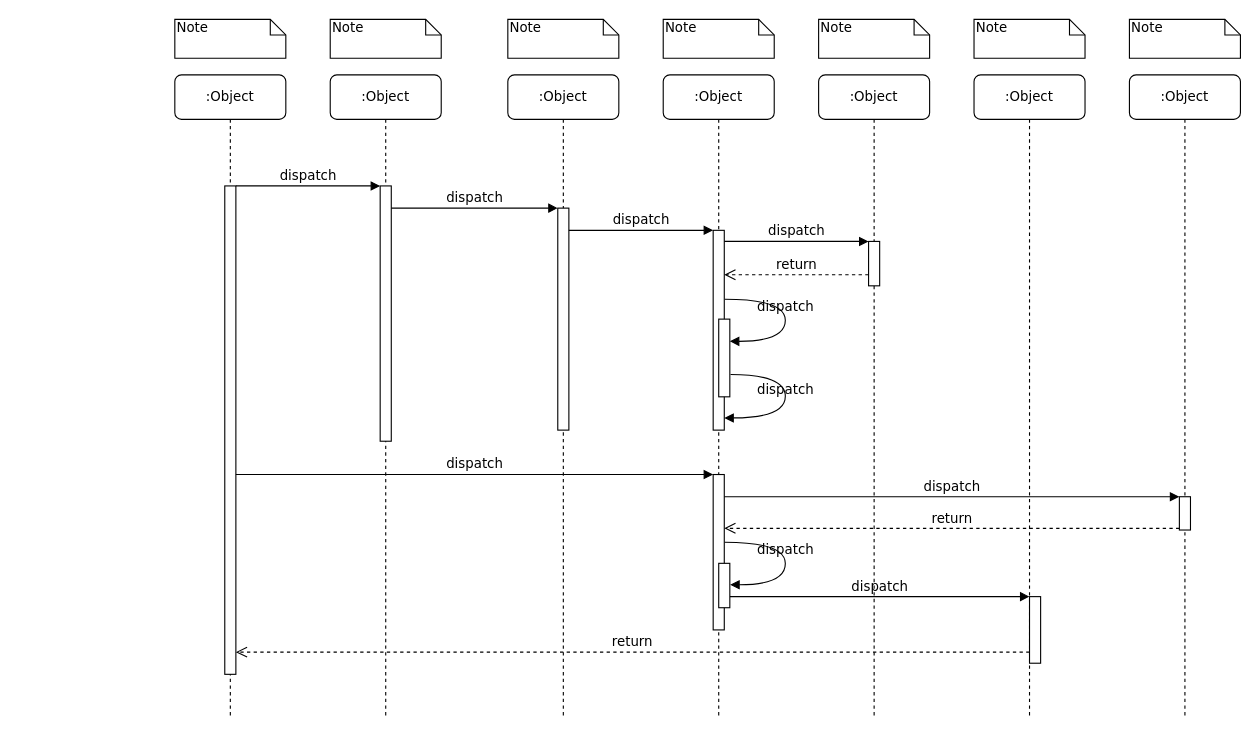
The draw.io diagram 未命名绘图.drawio in wzdong26/assets, before the edit. Source tidied: cells renumbered, new cells numbered last; positions are measured from the earlier drawing's top-left corner, leaving out a move shared by most shapes. Both pictures are drawn from the tidied source at 111%, with x=0, y=0 at pixel (174, 19).
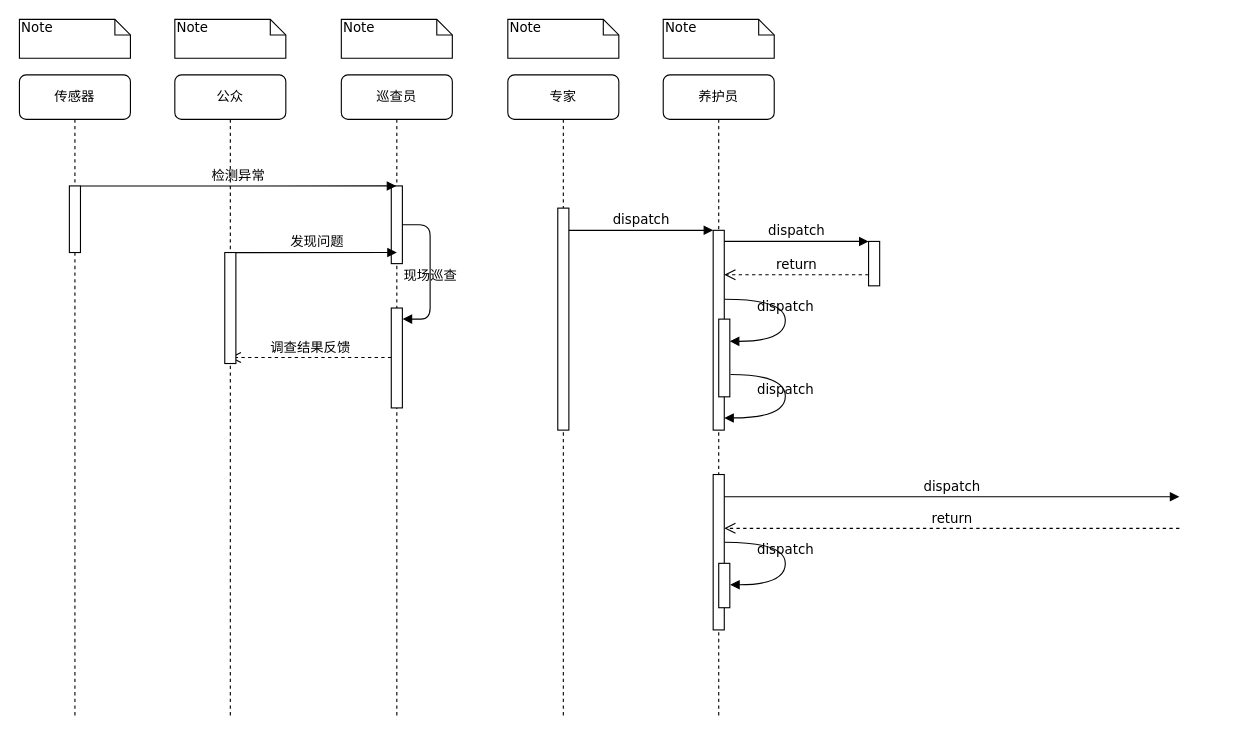
After the change.

Commit message:
古树名木流程图.drawio

The change refers to these unchanged cells:
```xml
<mxCell id="5" style="html=1;points=[];perimeter=orthogonalPerimeter;rounded=0;shadow=0;comic=0;labelBackgroundColor=none;strokeWidth=1;fontFamily=Verdana;fontSize=12;align=center;" parent="4" vertex="1">
  <mxGeometry x="45" y="120" width="10" height="200" as="geometry" />
</mxCell>
<mxCell id="17" style="html=1;points=[];perimeter=orthogonalPerimeter;rounded=0;shadow=0;comic=0;labelBackgroundColor=none;strokeWidth=1;fontFamily=Verdana;fontSize=12;align=center;" parent="1" vertex="1">
  <mxGeometry x="485" y="410" width="10" height="140" as="geometry" />
</mxCell>
<mxCell id="30" style="html=1;points=[];perimeter=orthogonalPerimeter;rounded=0;shadow=0;comic=0;labelBackgroundColor=none;strokeWidth=1;fontFamily=Verdana;fontSize=12;align=center;" parent="1" vertex="1">
  <mxGeometry x="490" y="490" width="10" height="40" as="geometry" />
</mxCell>
```

Change to the diagram source:
```diff
@@
-    <mxCell id="2" value=":Object" style="shape=umlLifeline;perimeter=lifelinePerimeter;whiteSpace=wrap;html=1;outlineConnect=0;rounded=1;shadow=0;comic=0;labelBackgroundColor=none;strokeWidth=1;fontFamily=Verdana;fontSize=12;align=center;" parent="1" vertex="1">
-      <mxGeometry x="140" y="50" width="100" height="580" as="geometry" />
+    <mxCell id="2" value="巡查员" style="shape=umlLifeline;perimeter=lifelinePerimeter;whiteSpace=wrap;html=1;outlineConnect=0;rounded=1;shadow=0;comic=0;labelBackgroundColor=none;strokeWidth=1;fontFamily=Verdana;fontSize=12;align=center;" parent="1" vertex="1">
+      <mxGeometry x="150" y="50" width="100" height="580" as="geometry" />
     </mxCell>
     <mxCell id="3" style="html=1;points=[];perimeter=orthogonalPerimeter;rounded=0;shadow=0;comic=0;labelBackgroundColor=none;strokeWidth=1;fontFamily=Verdana;fontSize=12;align=center;" parent="2" vertex="1">
-      <mxGeometry x="45" y="100" width="10" height="230" as="geometry" />
+      <mxGeometry x="45" y="100" width="10" height="70" as="geometry" />
     </mxCell>
+    <mxCell id="39" value="调查结果反馈" style="html=1;verticalAlign=bottom;endArrow=open;dashed=1;endSize=8;labelBackgroundColor=none;fontFamily=Verdana;fontSize=12;" parent="2" edge="1" target="10">
+      <mxGeometry relative="1" as="geometry">
+        <mxPoint x="45" y="254.6" as="sourcePoint" />
+      </mxGeometry>
+    </mxCell>
+    <mxCell id="40" style="html=1;points=[];perimeter=orthogonalPerimeter;rounded=0;shadow=0;comic=0;labelBackgroundColor=none;strokeWidth=1;fontFamily=Verdana;fontSize=12;align=center;" parent="2" vertex="1">
+      <mxGeometry x="45" y="210" width="10" height="90" as="geometry" />
+    </mxCell>
+    <mxCell id="26" value="现场巡查" style="html=1;verticalAlign=bottom;endArrow=block;labelBackgroundColor=none;fontFamily=Verdana;fontSize=12;edgeStyle=elbowEdgeStyle;elbow=vertical;entryX=1.024;entryY=0.111;entryDx=0;entryDy=0;entryPerimeter=0;" parent="2" edge="1" source="3" target="40">
+      <mxGeometry x="0.19" relative="1" as="geometry">
+        <Array as="points">
+          <mxPoint x="80" y="180" />
+        </Array>
+      </mxGeometry>
+    </mxCell>
-    <mxCell id="4" value=":Object" style="shape=umlLifeline;perimeter=lifelinePerimeter;whiteSpace=wrap;html=1;rounded=1;shadow=0;comic=0;labelBackgroundColor=none;strokeWidth=1;fontFamily=Verdana;fontSize=12;align=center;" parent="1" vertex="1">
+    <mxCell id="4" value="专家" style="shape=umlLifeline;perimeter=lifelinePerimeter;whiteSpace=wrap;html=1;rounded=1;shadow=0;comic=0;labelBackgroundColor=none;strokeWidth=1;fontFamily=Verdana;fontSize=12;align=center;" parent="1" vertex="1">
       <mxGeometry x="300" y="50" width="100" height="580" as="geometry" />
     </mxCell>
@@
-    <mxCell id="6" value=":Object" style="shape=umlLifeline;perimeter=lifelinePerimeter;whiteSpace=wrap;html=1;rounded=1;shadow=0;comic=0;labelBackgroundColor=none;strokeWidth=1;fontFamily=Verdana;fontSize=12;align=center;" parent="1" vertex="1">
+    <mxCell id="6" value="养护员" style="shape=umlLifeline;perimeter=lifelinePerimeter;whiteSpace=wrap;html=1;rounded=1;shadow=0;comic=0;labelBackgroundColor=none;strokeWidth=1;fontFamily=Verdana;fontSize=12;align=center;" parent="1" vertex="1">
       <mxGeometry x="440" y="50" width="100" height="580" as="geometry" />
     </mxCell>
-    <mxCell id="7" value=":Object" style="shape=umlLifeline;perimeter=lifelinePerimeter;whiteSpace=wrap;html=1;rounded=1;shadow=0;comic=0;labelBackgroundColor=none;strokeWidth=1;fontFamily=Verdana;fontSize=12;align=center;" parent="1" vertex="1">
-      <mxGeometry x="580" y="50" width="100" height="580" as="geometry" />
-    </mxCell>
-    <mxCell id="8" value=":Object" style="shape=umlLifeline;perimeter=lifelinePerimeter;whiteSpace=wrap;html=1;rounded=1;shadow=0;comic=0;labelBackgroundColor=none;strokeWidth=1;fontFamily=Verdana;fontSize=12;align=center;" parent="1" vertex="1">
-      <mxGeometry x="720" y="50" width="100" height="580" as="geometry" />
+    <mxCell id="8" value="传感器" style="shape=umlLifeline;perimeter=lifelinePerimeter;whiteSpace=wrap;html=1;rounded=1;shadow=0;comic=0;labelBackgroundColor=none;strokeWidth=1;fontFamily=Verdana;fontSize=12;align=center;" parent="1" vertex="1">
+      <mxGeometry x="-140" y="50" width="100" height="580" as="geometry" />
     </mxCell>
-    <mxCell id="9" value=":Object" style="shape=umlLifeline;perimeter=lifelinePerimeter;whiteSpace=wrap;html=1;rounded=1;shadow=0;comic=0;labelBackgroundColor=none;strokeWidth=1;fontFamily=Verdana;fontSize=12;align=center;" parent="1" vertex="1">
-      <mxGeometry x="860" y="50" width="100" height="580" as="geometry" />
-    </mxCell>
+    <mxCell id="22" style="html=1;points=[];perimeter=orthogonalPerimeter;rounded=0;shadow=0;comic=0;labelBackgroundColor=none;strokeWidth=1;fontFamily=Verdana;fontSize=12;align=center;" parent="8" vertex="1">
+      <mxGeometry x="45" y="100" width="10" height="60" as="geometry" />
+    </mxCell>
+    <mxCell id="41" value="检测异常" style="html=1;verticalAlign=bottom;endArrow=block;labelBackgroundColor=none;fontFamily=Verdana;fontSize=12;edgeStyle=elbowEdgeStyle;elbow=vertical;" parent="8" edge="1" target="2">
+      <mxGeometry relative="1" as="geometry">
+        <mxPoint x="55" y="100.1" as="sourcePoint" />
+        <Array as="points">
+          <mxPoint x="190" y="100" />
+        </Array>
+      </mxGeometry>
+    </mxCell>
-    <mxCell id="10" value=":Object" style="shape=umlLifeline;perimeter=lifelinePerimeter;whiteSpace=wrap;html=1;outlineConnect=0;rounded=1;shadow=0;comic=0;labelBackgroundColor=none;strokeWidth=1;fontFamily=Verdana;fontSize=12;align=center;" parent="1" vertex="1">
+    <mxCell id="10" value="公众" style="shape=umlLifeline;perimeter=lifelinePerimeter;whiteSpace=wrap;html=1;outlineConnect=0;rounded=1;shadow=0;comic=0;labelBackgroundColor=none;strokeWidth=1;fontFamily=Verdana;fontSize=12;align=center;" parent="1" vertex="1">
       <mxGeometry y="50" width="100" height="580" as="geometry" />
     </mxCell>
     <mxCell id="11" style="html=1;points=[];perimeter=orthogonalPerimeter;rounded=0;shadow=0;comic=0;labelBackgroundColor=none;strokeWidth=1;fontFamily=Verdana;fontSize=12;align=center;" parent="10" vertex="1">
-      <mxGeometry x="45" y="100" width="10" height="440" as="geometry" />
+      <mxGeometry x="45" y="160" width="10" height="100" as="geometry" />
     </mxCell>
@@
-    <mxCell id="18" value="dispatch" style="html=1;verticalAlign=bottom;endArrow=block;entryX=0;entryY=0;labelBackgroundColor=none;fontFamily=Verdana;fontSize=12;" parent="1" edge="1" source="11" target="17">
-      <mxGeometry relative="1" as="geometry" />
-    </mxCell>
-    <mxCell id="19" style="html=1;points=[];perimeter=orthogonalPerimeter;rounded=0;shadow=0;comic=0;labelBackgroundColor=none;strokeColor=#000000;strokeWidth=1;fillColor=#FFFFFF;fontFamily=Verdana;fontSize=12;fontColor=#000000;align=center;" parent="1" vertex="1">
-      <mxGeometry x="905" y="430" width="10" height="30" as="geometry" />
-    </mxCell>
-    <mxCell id="20" value="dispatch" style="html=1;verticalAlign=bottom;endArrow=block;entryX=0;entryY=0;labelBackgroundColor=none;fontFamily=Verdana;fontSize=12;" parent="1" edge="1" source="17" target="19">
-      <mxGeometry relative="1" as="geometry" />
+    <mxCell id="20" value="dispatch" style="html=1;verticalAlign=bottom;endArrow=block;entryX=0;entryY=0;labelBackgroundColor=none;fontFamily=Verdana;fontSize=12;" parent="1" edge="1" source="17">
+      <mxGeometry relative="1" as="geometry">
+        <mxPoint x="905" y="430" as="targetPoint" />
+      </mxGeometry>
     </mxCell>
-    <mxCell id="21" value="return" style="html=1;verticalAlign=bottom;endArrow=open;dashed=1;endSize=8;exitX=0;exitY=0.95;labelBackgroundColor=none;fontFamily=Verdana;fontSize=12;" parent="1" edge="1" source="19" target="17">
-      <mxGeometry relative="1" as="geometry" />
+    <mxCell id="21" value="return" style="html=1;verticalAlign=bottom;endArrow=open;dashed=1;endSize=8;exitX=0;exitY=0.95;labelBackgroundColor=none;fontFamily=Verdana;fontSize=12;" parent="1" edge="1" target="17">
+      <mxGeometry relative="1" as="geometry">
+        <mxPoint x="905" y="458.5" as="sourcePoint" />
+      </mxGeometry>
     </mxCell>
-    <mxCell id="22" style="html=1;points=[];perimeter=orthogonalPerimeter;rounded=0;shadow=0;comic=0;labelBackgroundColor=none;strokeWidth=1;fontFamily=Verdana;fontSize=12;align=center;" parent="1" vertex="1">
-      <mxGeometry x="770" y="520" width="10" height="60" as="geometry" />
-    </mxCell>
-    <mxCell id="23" value="dispatch" style="html=1;verticalAlign=bottom;endArrow=block;entryX=0;entryY=0;labelBackgroundColor=none;fontFamily=Verdana;fontSize=12;edgeStyle=elbowEdgeStyle;elbow=vertical;" parent="1" edge="1" source="30" target="22">
-      <mxGeometry relative="1" as="geometry" />
-    </mxCell>
-    <mxCell id="24" value="return" style="html=1;verticalAlign=bottom;endArrow=open;dashed=1;endSize=8;labelBackgroundColor=none;fontFamily=Verdana;fontSize=12;edgeStyle=elbowEdgeStyle;elbow=vertical;" parent="1" edge="1" source="22" target="11">
-      <mxGeometry relative="1" as="geometry">
-        <Array as="points">
-          <mxPoint x="470" y="570" />
-        </Array>
-      </mxGeometry>
-    </mxCell>
-    <mxCell id="25" value="dispatch" style="html=1;verticalAlign=bottom;endArrow=block;entryX=0;entryY=0;labelBackgroundColor=none;fontFamily=Verdana;fontSize=12;edgeStyle=elbowEdgeStyle;elbow=vertical;" parent="1" edge="1" source="11" target="3">
-      <mxGeometry relative="1" as="geometry" />
-    </mxCell>
-    <mxCell id="26" value="dispatch" style="html=1;verticalAlign=bottom;endArrow=block;entryX=0;entryY=0;labelBackgroundColor=none;fontFamily=Verdana;fontSize=12;edgeStyle=elbowEdgeStyle;elbow=vertical;" parent="1" edge="1" source="3" target="5">
-      <mxGeometry relative="1" as="geometry" />
-    </mxCell>
@@
     <mxCell id="33" value="Note" style="shape=note;whiteSpace=wrap;html=1;size=14;verticalAlign=top;align=left;spacingTop=-6;rounded=0;shadow=0;comic=0;labelBackgroundColor=none;strokeWidth=1;fontFamily=Verdana;fontSize=12;" parent="1" vertex="1">
-      <mxGeometry x="140" width="100" height="35" as="geometry" />
+      <mxGeometry x="150" width="100" height="35" as="geometry" />
     </mxCell>
@@
-    <mxCell id="36" value="Note" style="shape=note;whiteSpace=wrap;html=1;size=14;verticalAlign=top;align=left;spacingTop=-6;rounded=0;shadow=0;comic=0;labelBackgroundColor=none;strokeWidth=1;fontFamily=Verdana;fontSize=12;" parent="1" vertex="1">
-      <mxGeometry x="580" width="100" height="35" as="geometry" />
-    </mxCell>
     <mxCell id="37" value="Note" style="shape=note;whiteSpace=wrap;html=1;size=14;verticalAlign=top;align=left;spacingTop=-6;rounded=0;shadow=0;comic=0;labelBackgroundColor=none;strokeWidth=1;fontFamily=Verdana;fontSize=12;" parent="1" vertex="1">
-      <mxGeometry x="720" width="100" height="35" as="geometry" />
+      <mxGeometry x="-140" width="100" height="35" as="geometry" />
     </mxCell>
-    <mxCell id="38" value="Note" style="shape=note;whiteSpace=wrap;html=1;size=14;verticalAlign=top;align=left;spacingTop=-6;rounded=0;shadow=0;comic=0;labelBackgroundColor=none;strokeWidth=1;fontFamily=Verdana;fontSize=12;" parent="1" vertex="1">
-      <mxGeometry x="860" width="100" height="35" as="geometry" />
-    </mxCell>
+    <mxCell id="25" value="发现问题" style="html=1;verticalAlign=bottom;endArrow=block;labelBackgroundColor=none;fontFamily=Verdana;fontSize=12;edgeStyle=elbowEdgeStyle;elbow=vertical;" parent="1" edge="1">
+      <mxGeometry relative="1" as="geometry">
+        <mxPoint x="55" y="210.1" as="sourcePoint" />
+        <mxPoint x="200" y="210" as="targetPoint" />
+        <Array as="points">
+          <mxPoint x="190" y="210" />
+        </Array>
+      </mxGeometry>
+    </mxCell>
```
